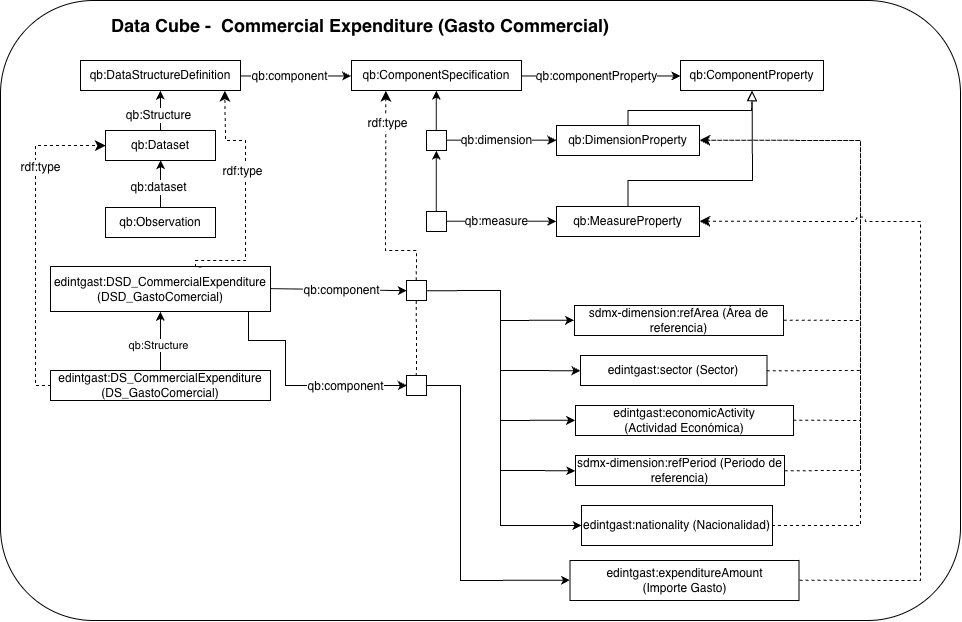
Before: diagrams/diagram.png, a diagram exported from draw.io (oeg-upm/edint-cubo-gasto-comercial). Source tidied: cells renumbered, new cells last; positions are measured from the earlier drawing's top-left corner, leaving out a move shared by most shapes.
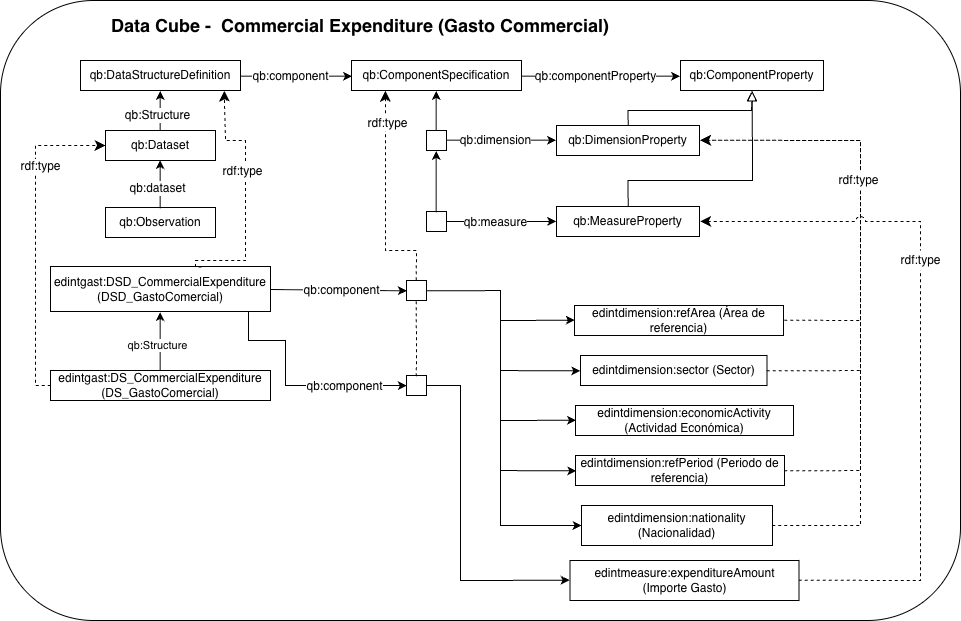
Above is the later version.

What changed in the source:
```diff
@@ -211,13 +211,13 @@
     <mxCell id="46" value="&lt;div&gt;&lt;font style=&quot;font-size: 18px;&quot;&gt;Data Cube -&amp;nbsp; Commercial Expenditure (Gasto Commercial)&lt;/font&gt;&lt;/div&gt;" style="text;html=1;whiteSpace=wrap;strokeColor=none;fillColor=none;align=center;verticalAlign=middle;rounded=0;fontStyle=1;fontSize=12;" parent="1" vertex="1">
       <mxGeometry x="90" y="10" width="540" height="30" as="geometry" />
     </mxCell>
-    <mxCell id="47" value="sdmx-dimension:refArea (Área de referencia)" style="rounded=0;whiteSpace=wrap;html=1;snapToPoint=1;points=[[0.1,0],[0.2,0],[0.3,0],[0.4,0],[0.5,0],[0.6,0],[0.7,0],[0.8,0],[0.9,0],[0,0.1],[0,0.3],[0,0.5],[0,0.7],[0,0.9],[0.1,1],[0.2,1],[0.3,1],[0.4,1],[0.5,1],[0.6,1],[0.7,1],[0.8,1],[0.9,1],[1,0.1],[1,0.3],[1,0.5],[1,0.7],[1,0.9]];" parent="1" vertex="1">
+    <mxCell id="47" value="edintdimension:refArea (Área de referencia)" style="rounded=0;whiteSpace=wrap;html=1;snapToPoint=1;points=[[0.1,0],[0.2,0],[0.3,0],[0.4,0],[0.5,0],[0.6,0],[0.7,0],[0.8,0],[0.9,0],[0,0.1],[0,0.3],[0,0.5],[0,0.7],[0,0.9],[0.1,1],[0.2,1],[0.3,1],[0.4,1],[0.5,1],[0.6,1],[0.7,1],[0.8,1],[0.9,1],[1,0.1],[1,0.3],[1,0.5],[1,0.7],[1,0.9]];" parent="1" vertex="1">
       <mxGeometry x="574" y="305" width="209" height="30" as="geometry" />
     </mxCell>
-    <mxCell id="48" value="sdmx-dimension:refPeriod (Periodo de referencia)" style="rounded=0;whiteSpace=wrap;html=1;snapToPoint=1;points=[[0.1,0],[0.2,0],[0.3,0],[0.4,0],[0.5,0],[0.6,0],[0.7,0],[0.8,0],[0.9,0],[0,0.1],[0,0.3],[0,0.5],[0,0.7],[0,0.9],[0.1,1],[0.2,1],[0.3,1],[0.4,1],[0.5,1],[0.6,1],[0.7,1],[0.8,1],[0.9,1],[1,0.1],[1,0.3],[1,0.5],[1,0.7],[1,0.9]];" parent="1" vertex="1">
+    <mxCell id="48" value="edintdimension:refPeriod (Periodo de referencia)" style="rounded=0;whiteSpace=wrap;html=1;snapToPoint=1;points=[[0.1,0],[0.2,0],[0.3,0],[0.4,0],[0.5,0],[0.6,0],[0.7,0],[0.8,0],[0.9,0],[0,0.1],[0,0.3],[0,0.5],[0,0.7],[0,0.9],[0.1,1],[0.2,1],[0.3,1],[0.4,1],[0.5,1],[0.6,1],[0.7,1],[0.8,1],[0.9,1],[1,0.1],[1,0.3],[1,0.5],[1,0.7],[1,0.9]];" parent="1" vertex="1">
       <mxGeometry x="575" y="455" width="209" height="30" as="geometry" />
     </mxCell>
-    <mxCell id="49" value="edintgast:nationality (Nacionalidad)" style="rounded=0;whiteSpace=wrap;html=1;snapToPoint=1;points=[[0.1,0],[0.2,0],[0.3,0],[0.4,0],[0.5,0],[0.6,0],[0.7,0],[0.8,0],[0.9,0],[0,0.1],[0,0.3],[0,0.5],[0,0.7],[0,0.9],[0.1,1],[0.2,1],[0.3,1],[0.4,1],[0.5,1],[0.6,1],[0.7,1],[0.8,1],[0.9,1],[1,0.1],[1,0.3],[1,0.5],[1,0.7],[1,0.9]];" parent="1" vertex="1">
+    <mxCell id="49" value="edintdimension:nationality (Nacionalidad)" style="rounded=0;whiteSpace=wrap;html=1;snapToPoint=1;points=[[0.1,0],[0.2,0],[0.3,0],[0.4,0],[0.5,0],[0.6,0],[0.7,0],[0.8,0],[0.9,0],[0,0.1],[0,0.3],[0,0.5],[0,0.7],[0,0.9],[0.1,1],[0.2,1],[0.3,1],[0.4,1],[0.5,1],[0.6,1],[0.7,1],[0.8,1],[0.9,1],[1,0.1],[1,0.3],[1,0.5],[1,0.7],[1,0.9]];" parent="1" vertex="1">
       <mxGeometry x="581" y="505" width="191" height="40" as="geometry" />
     </mxCell>
     <mxCell id="50" style="endArrow=classic;html=1;endSize=8;arcSize=0;rounded=0;dashed=1;edgeStyle=orthogonalEdgeStyle;" parent="1" edge="1" source="37" target="12">
@@ -269,7 +269,7 @@
         </Array>
       </mxGeometry>
     </mxCell>
-    <mxCell id="57" value="edintgast:expenditureAmount&lt;div&gt;(Importe Gasto)&lt;/div&gt;" style="rounded=0;whiteSpace=wrap;html=1;snapToPoint=1;points=[[0.1,0],[0.2,0],[0.3,0],[0.4,0],[0.5,0],[0.6,0],[0.7,0],[0.8,0],[0.9,0],[0,0.1],[0,0.3],[0,0.5],[0,0.7],[0,0.9],[0.1,1],[0.2,1],[0.3,1],[0.4,1],[0.5,1],[0.6,1],[0.7,1],[0.8,1],[0.9,1],[1,0.1],[1,0.3],[1,0.5],[1,0.7],[1,0.9]];" parent="1" vertex="1">
+    <mxCell id="57" value="edintmeasure:expenditureAmount&lt;div&gt;(Importe Gasto)&lt;/div&gt;" style="rounded=0;whiteSpace=wrap;html=1;snapToPoint=1;points=[[0.1,0],[0.2,0],[0.3,0],[0.4,0],[0.5,0],[0.6,0],[0.7,0],[0.8,0],[0.9,0],[0,0.1],[0,0.3],[0,0.5],[0,0.7],[0,0.9],[0.1,1],[0.2,1],[0.3,1],[0.4,1],[0.5,1],[0.6,1],[0.7,1],[0.8,1],[0.9,1],[1,0.1],[1,0.3],[1,0.5],[1,0.7],[1,0.9]];" parent="1" vertex="1">
       <mxGeometry x="569.5" y="560" width="229" height="40" as="geometry" />
     </mxCell>
     <mxCell id="58" style="endArrow=classic;html=1;rounded=0;edgeStyle=orthogonalEdgeStyle;" parent="1" edge="1" source="41" target="57">
@@ -280,10 +280,10 @@
         </Array>
       </mxGeometry>
     </mxCell>
-    <mxCell id="59" value="edintgast:sector (Sector)" style="rounded=0;whiteSpace=wrap;html=1;snapToPoint=1;points=[[0.1,0],[0.2,0],[0.3,0],[0.4,0],[0.5,0],[0.6,0],[0.7,0],[0.8,0],[0.9,0],[0,0.1],[0,0.3],[0,0.5],[0,0.7],[0,0.9],[0.1,1],[0.2,1],[0.3,1],[0.4,1],[0.5,1],[0.6,1],[0.7,1],[0.8,1],[0.9,1],[1,0.1],[1,0.3],[1,0.5],[1,0.7],[1,0.9]];" parent="1" vertex="1">
+    <mxCell id="59" value="edintdimension:sector (Sector)" style="rounded=0;whiteSpace=wrap;html=1;snapToPoint=1;points=[[0.1,0],[0.2,0],[0.3,0],[0.4,0],[0.5,0],[0.6,0],[0.7,0],[0.8,0],[0.9,0],[0,0.1],[0,0.3],[0,0.5],[0,0.7],[0,0.9],[0.1,1],[0.2,1],[0.3,1],[0.4,1],[0.5,1],[0.6,1],[0.7,1],[0.8,1],[0.9,1],[1,0.1],[1,0.3],[1,0.5],[1,0.7],[1,0.9]];" parent="1" vertex="1">
       <mxGeometry x="580" y="355" width="186.5" height="30" as="geometry" />
     </mxCell>
-    <mxCell id="60" value="edintgast:economicActivity&lt;div&gt;(Actividad Económica)&lt;/div&gt;" style="rounded=0;whiteSpace=wrap;html=1;snapToPoint=1;points=[[0.1,0],[0.2,0],[0.3,0],[0.4,0],[0.5,0],[0.6,0],[0.7,0],[0.8,0],[0.9,0],[0,0.1],[0,0.3],[0,0.5],[0,0.7],[0,0.9],[0.1,1],[0.2,1],[0.3,1],[0.4,1],[0.5,1],[0.6,1],[0.7,1],[0.8,1],[0.9,1],[1,0.1],[1,0.3],[1,0.5],[1,0.7],[1,0.9]];" parent="1" vertex="1">
+    <mxCell id="60" value="edintdimension:economicActivity&lt;div&gt;(Actividad Económica)&lt;/div&gt;" style="rounded=0;whiteSpace=wrap;html=1;snapToPoint=1;points=[[0.1,0],[0.2,0],[0.3,0],[0.4,0],[0.5,0],[0.6,0],[0.7,0],[0.8,0],[0.9,0],[0,0.1],[0,0.3],[0,0.5],[0,0.7],[0,0.9],[0.1,1],[0.2,1],[0.3,1],[0.4,1],[0.5,1],[0.6,1],[0.7,1],[0.8,1],[0.9,1],[1,0.1],[1,0.3],[1,0.5],[1,0.7],[1,0.9]];" parent="1" vertex="1">
       <mxGeometry x="575" y="405" width="218" height="30" as="geometry" />
     </mxCell>
     <mxCell id="61" style="endArrow=classic;html=1;endSize=8;arcSize=0;rounded=0;dashed=1;edgeStyle=orthogonalEdgeStyle;" parent="1" edge="1" source="48" target="16">
@@ -302,13 +302,11 @@
         </Array>
       </mxGeometry>
     </mxCell>
-    <mxCell id="63" style="endArrow=classic;html=1;endSize=8;arcSize=0;rounded=0;dashed=1;edgeStyle=orthogonalEdgeStyle;" parent="1" edge="1" source="60" target="16">
-      <mxGeometry relative="1" as="geometry">
-        <Array as="points">
-          <mxPoint x="860" y="420" />
-          <mxPoint x="860" y="140" />
-        </Array>
-      </mxGeometry>
+    <mxCell id="63" value="rdf:type" style="text;html=1;whiteSpace=wrap;strokeColor=none;fillColor=#FFFFFF;align=center;verticalAlign=middle;rounded=0;" parent="1" vertex="1">
+      <mxGeometry x="832" y="170" width="53" height="20" as="geometry" />
     </mxCell>
+    <mxCell id="64" value="rdf:type" style="text;html=1;whiteSpace=wrap;strokeColor=none;fillColor=#FFFFFF;align=center;verticalAlign=middle;rounded=0;" parent="1" vertex="1">
+      <mxGeometry x="894" y="250" width="53" height="20" as="geometry" />
+    </mxCell>
   </root>
 </mxGraphModel>
```
